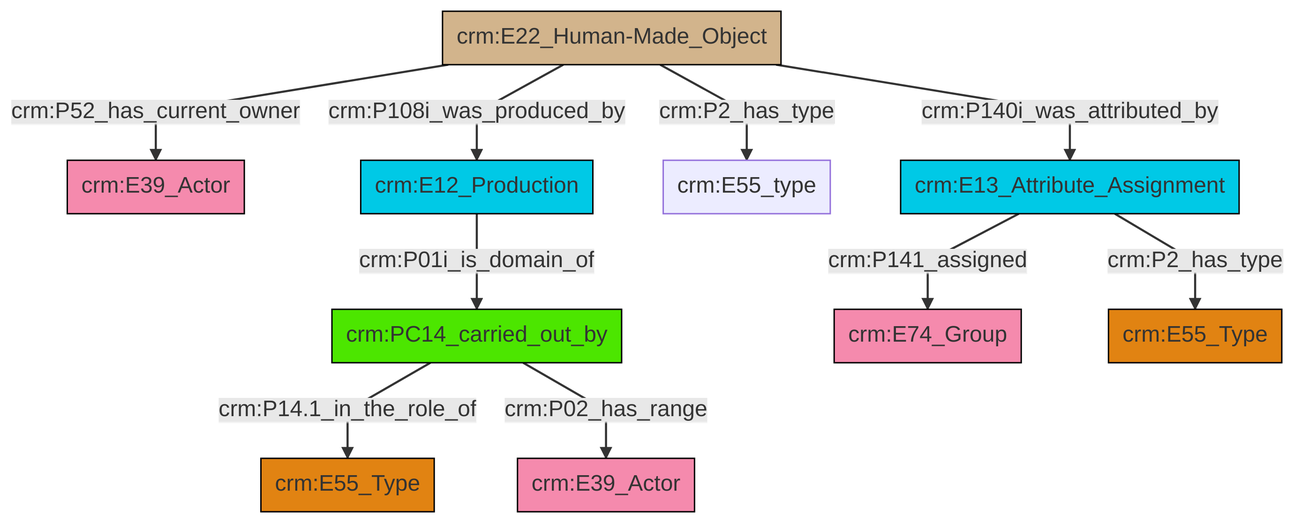
swiss-art-research-net/docs.swissartresearch keeps this Mermaid diagram as et/builtWorkCSV/ttl/mmd/png/Built_Work_actor_relations.png. Above is the earlier version. Its source is kept beside it as et/builtWorkCSV/ttl/mmd/Built_Work_actor_relations.ttl.mmd.
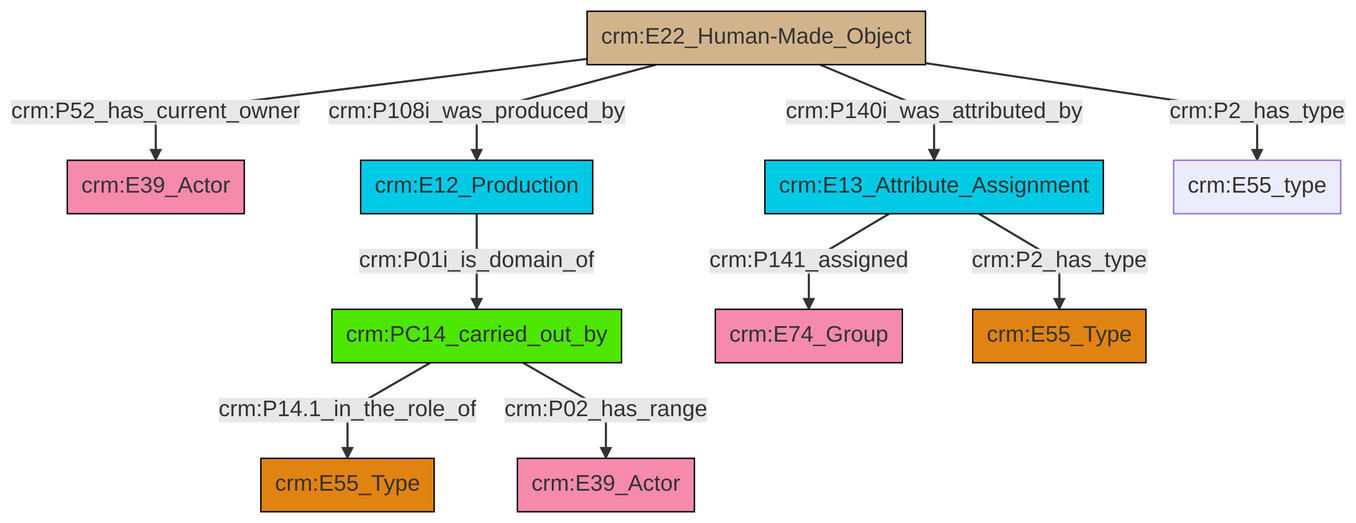
Later version of the same file.

Change to the diagram source:
```diff
@@ -13,12 +13,12 @@
 classDef PC_Classes fill:#4ce600, stroke:#000000;
 classDef Multi fill:#cccccc,stroke:#000000;
 
-2["crm:E12_Production"]:::Temporal_Entity -->|crm:P01i_is_domain_of| 3["crm:PC14_carried_out_by"]:::PC_Classes
-4["crm:E22_Human-Made_Object"]:::Physical_Thing -->|crm:P2_has_type| 5["crm:E55_type"]:::Default
-3["crm:PC14_carried_out_by"]:::PC_Classes -->|crm:P14.1_in_the_role_of| 6["crm:E55_Type"]:::Type
-4["crm:E22_Human-Made_Object"]:::Physical_Thing -->|crm:P108i_was_produced_by| 2["crm:E12_Production"]:::Temporal_Entity
-7["crm:E13_Attribute_Assignment"]:::Temporal_Entity -->|crm:P141_assigned| 8["crm:E74_Group"]:::Actor
 4["crm:E22_Human-Made_Object"]:::Physical_Thing -->|crm:P52_has_current_owner| 0["crm:E39_Actor"]:::Actor
 4["crm:E22_Human-Made_Object"]:::Physical_Thing -->|crm:P140i_was_attributed_by| 7["crm:E13_Attribute_Assignment"]:::Temporal_Entity
-3["crm:PC14_carried_out_by"]:::PC_Classes -->|crm:P02_has_range| 15["crm:E39_Actor"]:::Actor
-7["crm:E13_Attribute_Assignment"]:::Temporal_Entity -->|crm:P2_has_type| 12["crm:E55_Type"]:::Type
+7["crm:E13_Attribute_Assignment"]:::Temporal_Entity -->|crm:P141_assigned| 12["crm:E74_Group"]:::Actor
+7["crm:E13_Attribute_Assignment"]:::Temporal_Entity -->|crm:P2_has_type| 14["crm:E55_Type"]:::Type
+16["crm:E12_Production"]:::Temporal_Entity -->|crm:P01i_is_domain_of| 10["crm:PC14_carried_out_by"]:::PC_Classes
+4["crm:E22_Human-Made_Object"]:::Physical_Thing -->|crm:P2_has_type| 18["crm:E55_type"]:::Default
+4["crm:E22_Human-Made_Object"]:::Physical_Thing -->|crm:P108i_was_produced_by| 16["crm:E12_Production"]:::Temporal_Entity
+10["crm:PC14_carried_out_by"]:::PC_Classes -->|crm:P14.1_in_the_role_of| 2["crm:E55_Type"]:::Type
+10["crm:PC14_carried_out_by"]:::PC_Classes -->|crm:P02_has_range| 5["crm:E39_Actor"]:::Actor
```
